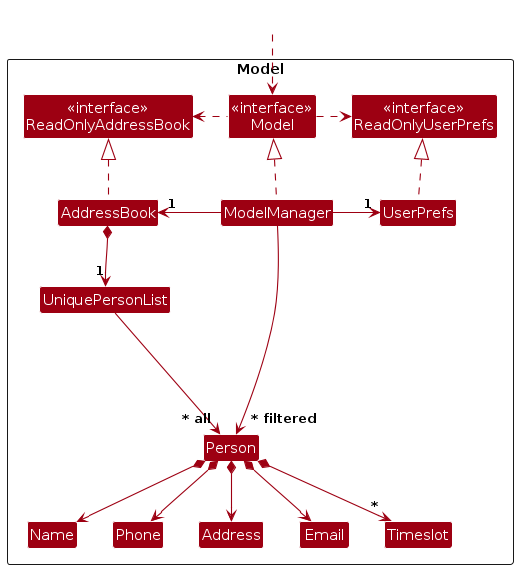
This is diagrams/ModelClassDiagram.png from AY2526S2-CS2103-F11-3/tp, a PlantUML export, as it was before one commit. Its source is kept beside it as diagrams/ModelClassDiagram.puml.
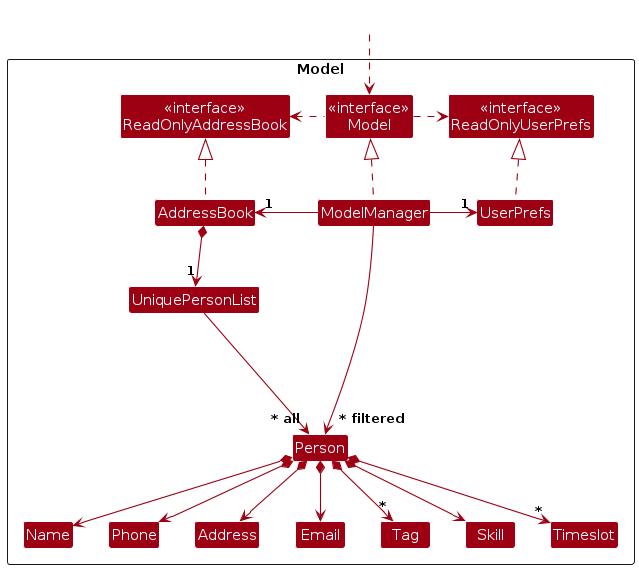
After the commit.

Change to the diagram source:
```diff
@@ -18,6 +18,8 @@
 Class Email
 Class Name
 Class Phone
+Class Tag
+Class Skill
 Class Timeslot
 
 Class I #FFFFFF
@@ -41,6 +43,8 @@
 Person *--> Phone
 Person *--> Email
 Person *--> Address
+Person *--> "*" Tag
+Person *--> Skill
 Person *--> "*" Timeslot
 
 Person -[hidden]up--> I
```
